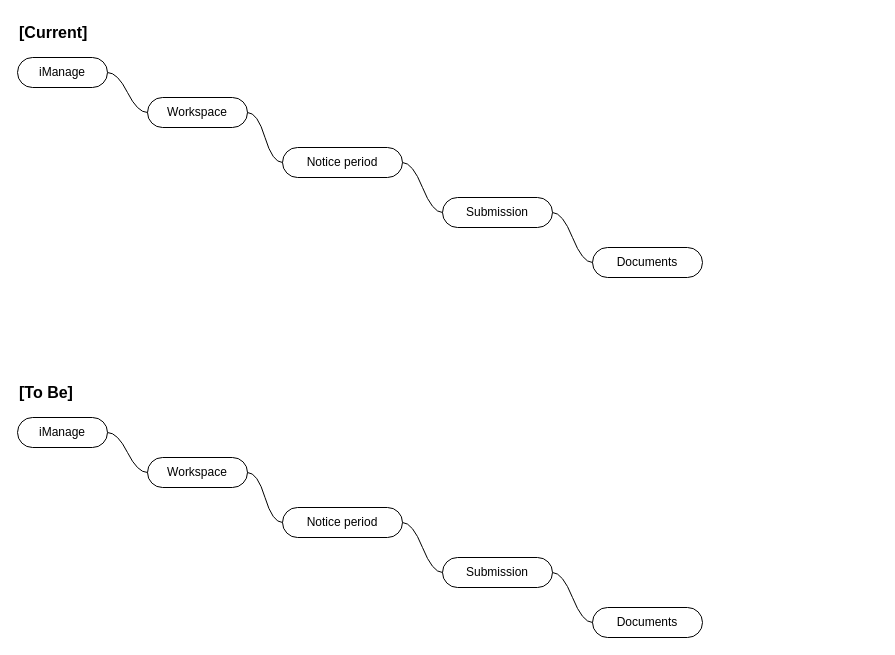
Earlier version of the draw.io diagram page "12478-iManage" (2 of 13) of Data portal.drawio (danieldotskc/helloworld). Source tidied: cells renumbered, new cells numbered last; positions are measured from the earlier drawing's top-left corner, leaving out a move shared by most shapes. Both pictures are drawn from the tidied source at 100%, with x=0, y=0 at pixel (17, 9).
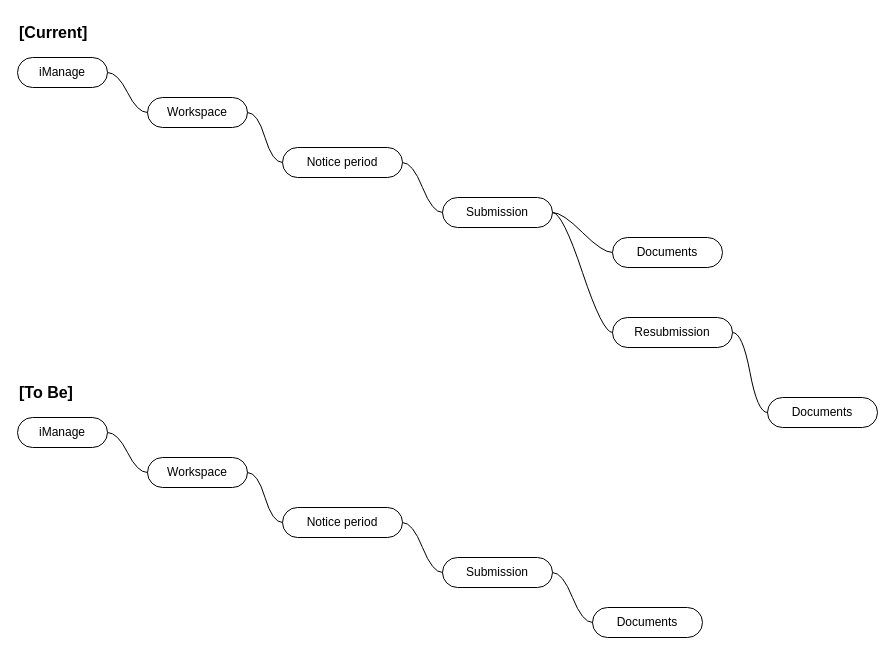
The same diagram, later.

Unchanged cells that the change refers to:
```xml
<mxCell id="7" value="Submission" style="whiteSpace=wrap;html=1;rounded=1;arcSize=50;align=center;verticalAlign=middle;strokeWidth=1;spacing=4;newEdgeStyle={&quot;edgeStyle&quot;:&quot;entityRelationEdgeStyle&quot;,&quot;startArrow&quot;:&quot;none&quot;,&quot;endArrow&quot;:&quot;none&quot;,&quot;segment&quot;:10,&quot;curved&quot;:1,&quot;sourcePerimeterSpacing&quot;:0,&quot;targetPerimeterSpacing&quot;:0};" parent="1" vertex="1">
  <mxGeometry x="425" y="188" width="110" height="30" as="geometry" />
</mxCell>
```

What changed in the source:
```diff
@@
     <mxCell id="9" value="Documents" style="whiteSpace=wrap;html=1;rounded=1;arcSize=50;align=center;verticalAlign=middle;strokeWidth=1;spacing=4;newEdgeStyle={&quot;edgeStyle&quot;:&quot;entityRelationEdgeStyle&quot;,&quot;startArrow&quot;:&quot;none&quot;,&quot;endArrow&quot;:&quot;none&quot;,&quot;segment&quot;:10,&quot;curved&quot;:1,&quot;sourcePerimeterSpacing&quot;:0,&quot;targetPerimeterSpacing&quot;:0};" parent="1" vertex="1">
-      <mxGeometry x="575" y="238" width="110" height="30" as="geometry" />
+      <mxGeometry x="750" y="388" width="110" height="30" as="geometry" />
     </mxCell>
-    <mxCell id="10" style="edgeStyle=entityRelationEdgeStyle;startArrow=none;endArrow=none;segment=10;curved=1;sourcePerimeterSpacing=0;targetPerimeterSpacing=0;rounded=0;" parent="1" edge="1" source="7" target="9">
+    <mxCell id="10" style="edgeStyle=entityRelationEdgeStyle;startArrow=none;endArrow=none;segment=10;curved=1;sourcePerimeterSpacing=0;targetPerimeterSpacing=0;rounded=0;" parent="1" edge="1" source="7" target="24">
       <mxGeometry relative="1" as="geometry" />
     </mxCell>
@@
+    <mxCell id="22" value="Resubmission" style="whiteSpace=wrap;html=1;rounded=1;arcSize=50;align=center;verticalAlign=middle;strokeWidth=1;spacing=4;newEdgeStyle={&quot;edgeStyle&quot;:&quot;entityRelationEdgeStyle&quot;,&quot;startArrow&quot;:&quot;none&quot;,&quot;endArrow&quot;:&quot;none&quot;,&quot;segment&quot;:10,&quot;curved&quot;:1,&quot;sourcePerimeterSpacing&quot;:0,&quot;targetPerimeterSpacing&quot;:0};" parent="1" vertex="1">
+      <mxGeometry x="595" y="308" width="120" height="30" as="geometry" />
+    </mxCell>
+    <mxCell id="23" style="edgeStyle=entityRelationEdgeStyle;startArrow=none;endArrow=none;segment=10;curved=1;sourcePerimeterSpacing=0;targetPerimeterSpacing=0;rounded=0;entryX=0;entryY=0.5;entryDx=0;entryDy=0;" parent="1" edge="1" source="7" target="22">
+      <mxGeometry relative="1" as="geometry" />
+    </mxCell>
+    <mxCell id="24" value="Documents" style="whiteSpace=wrap;html=1;rounded=1;arcSize=50;align=center;verticalAlign=middle;strokeWidth=1;spacing=4;newEdgeStyle={&quot;edgeStyle&quot;:&quot;entityRelationEdgeStyle&quot;,&quot;startArrow&quot;:&quot;none&quot;,&quot;endArrow&quot;:&quot;none&quot;,&quot;segment&quot;:10,&quot;curved&quot;:1,&quot;sourcePerimeterSpacing&quot;:0,&quot;targetPerimeterSpacing&quot;:0};" parent="1" vertex="1">
+      <mxGeometry x="595" y="228" width="110" height="30" as="geometry" />
+    </mxCell>
+    <mxCell id="25" style="edgeStyle=entityRelationEdgeStyle;startArrow=none;endArrow=none;segment=10;curved=1;sourcePerimeterSpacing=0;targetPerimeterSpacing=0;rounded=0;" parent="1" edge="1" source="22" target="9">
+      <mxGeometry relative="1" as="geometry">
+        <Array as="points">
+          <mxPoint x="740" y="583" />
+        </Array>
+      </mxGeometry>
+    </mxCell>
```
